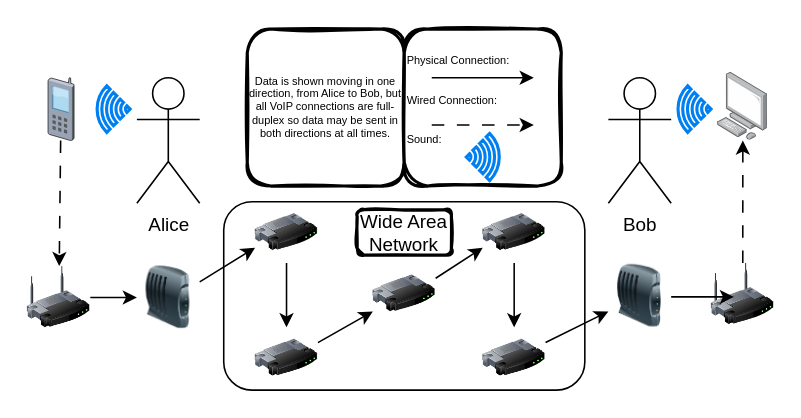
The draw.io diagram DCNCExamDiagrams.drawio in CorbinCoder/Diagrams, before the edit. Source tidied: cells renumbered, new cells numbered last; positions are measured from the earlier drawing's top-left corner, leaving out a move shared by most shapes. Both pictures are drawn from the tidied source at 157%, with x=0, y=0 at pixel (27, 28).
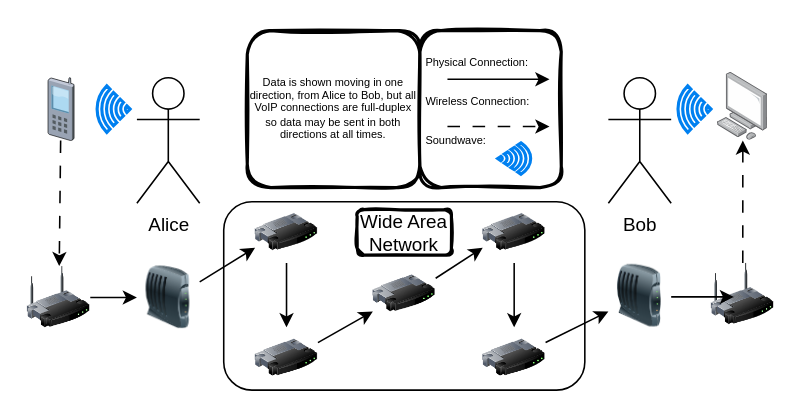
The same diagram, later.

Diff of the diagram source:
```diff
@@
     <mxCell id="29" value="Data is shown moving in one direction, from Alice to Bob, but all VoIP connections are full-duplex so data may be sent in both directions at all times." style="rounded=1;whiteSpace=wrap;html=1;strokeWidth=2;fillWeight=4;hachureGap=8;hachureAngle=45;sketch=1;fontSize=7;" parent="1" vertex="1">
-      <mxGeometry x="140" width="100" height="100" as="geometry" />
+      <mxGeometry x="140" y="1" width="110" height="100" as="geometry" />
     </mxCell>
-    <mxCell id="30" value="&lt;div&gt;Physical Connection:&lt;/div&gt;&lt;div&gt;&lt;br&gt;&lt;/div&gt;&lt;div&gt;&lt;br&gt;&lt;/div&gt;&lt;div&gt;Wired Connection:&lt;/div&gt;&lt;div&gt;&lt;br&gt;&lt;/div&gt;&lt;div&gt;&amp;nbsp;&lt;br&gt;&lt;/div&gt;&lt;div&gt;Sound:&lt;/div&gt;&lt;div&gt;&amp;nbsp;&lt;br&gt;&lt;/div&gt;" style="rounded=1;whiteSpace=wrap;html=1;strokeWidth=2;fillWeight=4;hachureGap=8;hachureAngle=45;sketch=1;fontSize=7;align=left;" parent="1" vertex="1">
-      <mxGeometry x="240" width="100" height="100" as="geometry" />
+    <mxCell id="30" value="&lt;div&gt;&amp;nbsp;Physical Connection:&lt;/div&gt;&lt;div&gt;&lt;br&gt;&lt;/div&gt;&lt;div&gt;&lt;br&gt;&lt;/div&gt;&lt;div&gt;&amp;nbsp;Wireless Connection:&lt;/div&gt;&lt;div&gt;&lt;br&gt;&lt;/div&gt;&lt;div&gt;&amp;nbsp;&lt;br&gt;&lt;/div&gt;&lt;div&gt;&amp;nbsp;Soundwave:&lt;/div&gt;&lt;div&gt;&amp;nbsp;&lt;br&gt;&lt;/div&gt;" style="rounded=1;whiteSpace=wrap;html=1;strokeWidth=2;fillWeight=4;hachureGap=8;hachureAngle=45;sketch=1;fontSize=7;align=left;" parent="1" vertex="1">
+      <mxGeometry x="250" y="1" width="90" height="100" as="geometry" />
     </mxCell>
     <mxCell id="31" style="endArrow=classic;html=1;rounded=0;" parent="1" edge="1">
       <mxGeometry relative="1" as="geometry">
-        <mxPoint x="257.5" y="31" as="sourcePoint" />
-        <mxPoint x="322.5" y="31" as="targetPoint" />
+        <mxPoint x="267.5" y="32" as="sourcePoint" />
+        <mxPoint x="332.5" y="32" as="targetPoint" />
       </mxGeometry>
     </mxCell>
     <mxCell id="32" style="html=1;verticalLabelPosition=bottom;align=center;labelBackgroundColor=#ffffff;verticalAlign=top;strokeWidth=2;strokeColor=#0080F0;shadow=0;dashed=0;shape=mxgraph.ios7.icons.wifi;rotation=90;" parent="1" vertex="1">
-      <mxGeometry x="275" y="71" width="30" height="21" as="geometry" />
+      <mxGeometry x="300" y="72" width="20" height="21" as="geometry" />
     </mxCell>
     <mxCell id="33" style="endArrow=classic;html=1;rounded=0;dashed=1;dashPattern=8 8;" parent="1" edge="1">
       <mxGeometry relative="1" as="geometry">
-        <mxPoint x="257.5" y="61.1" as="sourcePoint" />
-        <mxPoint x="322.5" y="61.1" as="targetPoint" />
+        <mxPoint x="267.5" y="62.1" as="sourcePoint" />
+        <mxPoint x="332.5" y="62.1" as="targetPoint" />
       </mxGeometry>
     </mxCell>
```
